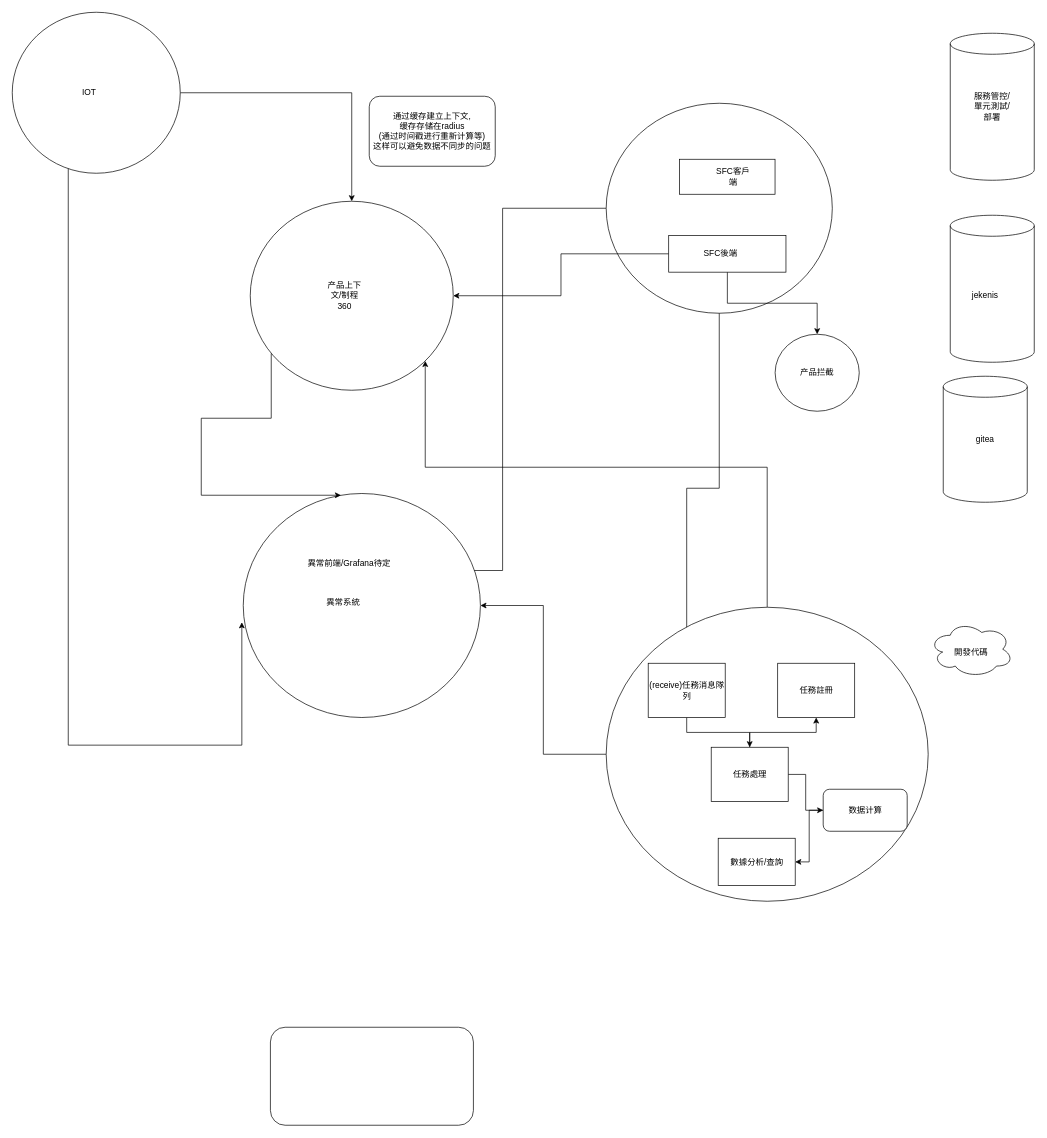
Above: 未命名绘图.drawio in NoBug4Ever/drawio (draw.io), before the change. Source tidied: cells renumbered, new cells numbered last; positions are measured from the earlier drawing's top-left corner, leaving out a move shared by most shapes. Both pictures are drawn from the tidied source at 70%, with x=0, y=0 at pixel (12, 12).
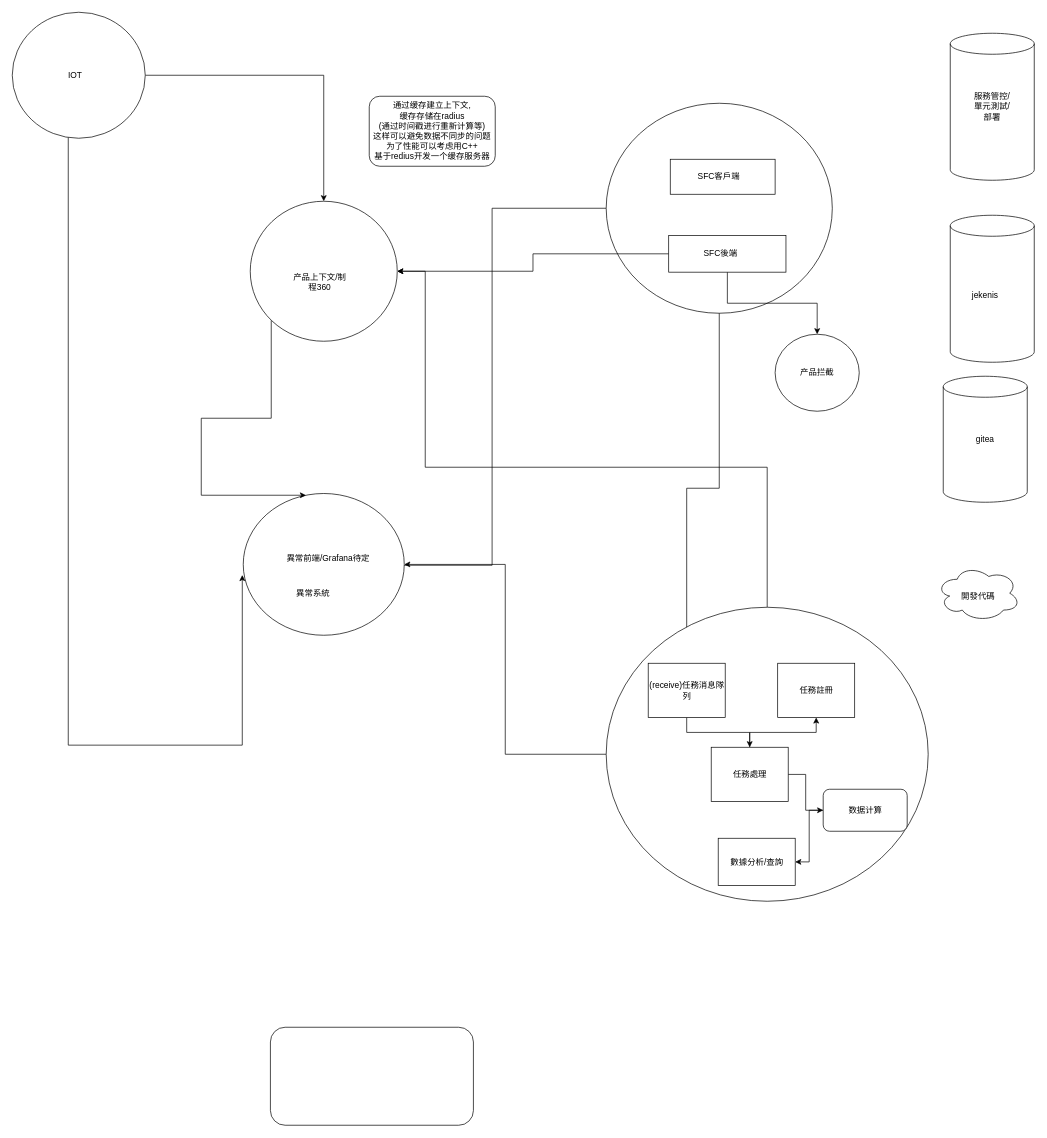
Above is the later version.

Commit message:
更新未命名绘图.drawio

The edit, as a diff of the source:
```diff
@@
     <mxCell id="5" style="rounded=0;whiteSpace=wrap;html=1;" parent="1" vertex="1">
-      <mxGeometry x="953.2" y="210" width="136.5" height="50" as="geometry" />
+      <mxGeometry x="940" y="210" width="149.8" height="50" as="geometry" />
     </mxCell>
@@
     <mxCell id="9" style="ellipse;whiteSpace=wrap;html=1;" parent="1" vertex="1">
-      <mxGeometry x="330" y="687.5" width="338.8" height="320" as="geometry" />
+      <mxGeometry x="330" y="687.5" width="230" height="202.5" as="geometry" />
     </mxCell>
     <mxCell id="10" value="異常前端/Grafana待定" style="text;html=1;align=center;verticalAlign=middle;whiteSpace=wrap;rounded=0;" parent="1" vertex="1">
-      <mxGeometry x="410" y="767.5" width="142.5" height="40" as="geometry" />
+      <mxGeometry x="380" y="760" width="142.5" height="40" as="geometry" />
     </mxCell>
     <mxCell id="11" value="異常系統" style="text;html=1;align=center;verticalAlign=middle;whiteSpace=wrap;rounded=0;" parent="1" vertex="1">
-      <mxGeometry x="442.5" y="827.5" width="60" height="30" as="geometry" />
+      <mxGeometry x="400" y="815" width="60" height="30" as="geometry" />
     </mxCell>
     <mxCell id="12" value="SFC客戶端" style="text;html=1;align=center;verticalAlign=middle;whiteSpace=wrap;rounded=0;" parent="1" vertex="1">
-      <mxGeometry x="999.8" y="220" width="60" height="30" as="geometry" />
+      <mxGeometry x="962.4" y="220" width="95.1" height="30" as="geometry" />
     </mxCell>
@@
     <mxCell id="28" style="ellipse;shape=cloud;whiteSpace=wrap;html=1;" parent="1" vertex="1">
-      <mxGeometry x="1310" y="870" width="120" height="80" as="geometry" />
+      <mxGeometry x="1320" y="790" width="120" height="80" as="geometry" />
     </mxCell>
     <mxCell id="29" value="開發代碼" style="text;html=1;align=center;verticalAlign=middle;whiteSpace=wrap;rounded=0;" parent="1" vertex="1">
-      <mxGeometry x="1340" y="900" width="60" height="30" as="geometry" />
+      <mxGeometry x="1350" y="820" width="60" height="30" as="geometry" />
     </mxCell>
@@
     <mxCell id="35" style="ellipse;whiteSpace=wrap;html=1;" parent="1" vertex="1">
-      <mxGeometry width="240" height="230" as="geometry" />
+      <mxGeometry width="190" height="180" as="geometry" />
     </mxCell>
     <mxCell id="36" value="IOT" style="text;html=1;align=center;verticalAlign=middle;whiteSpace=wrap;rounded=0;" parent="1" vertex="1">
-      <mxGeometry x="80" y="100" width="60" height="30" as="geometry" />
+      <mxGeometry x="60" y="75" width="60" height="30" as="geometry" />
     </mxCell>
@@
     <mxCell id="38" style="ellipse;whiteSpace=wrap;html=1;" parent="1" vertex="1">
-      <mxGeometry x="340" y="270" width="290" height="270" as="geometry" />
+      <mxGeometry x="340" y="270" width="210" height="200" as="geometry" />
     </mxCell>
     <mxCell id="39" value="产品上下文/制程360" style="text;html=1;align=center;verticalAlign=middle;whiteSpace=wrap;rounded=0;" parent="1" vertex="1">
-      <mxGeometry x="445" y="390" width="60" height="30" as="geometry" />
+      <mxGeometry x="400" y="371.2" width="78.8" height="30" as="geometry" />
     </mxCell>
@@
-    <mxCell id="44" value="通过缓存建立上下文,&lt;div&gt;缓存存储在radius&lt;/div&gt;&lt;div&gt;(通过时间戳进行重新计算等)&lt;/div&gt;&lt;div&gt;这样可以避免数据不同步的问题&lt;/div&gt;" style="rounded=1;whiteSpace=wrap;html=1;" parent="1" vertex="1">
+    <mxCell id="44" value="通过缓存建立上下文,&lt;div&gt;缓存存储在radius&lt;/div&gt;&lt;div&gt;(通过时间戳进行重新计算等)&lt;/div&gt;&lt;div&gt;这样可以避免数据不同步的问题&lt;/div&gt;&lt;div&gt;为了性能可以考虑用C++&lt;/div&gt;&lt;div&gt;基于redius开发一个缓存服务器&lt;/div&gt;" style="rounded=1;whiteSpace=wrap;html=1;" parent="1" vertex="1">
       <mxGeometry x="510" y="120" width="180" height="100" as="geometry" />
     </mxCell>
```
